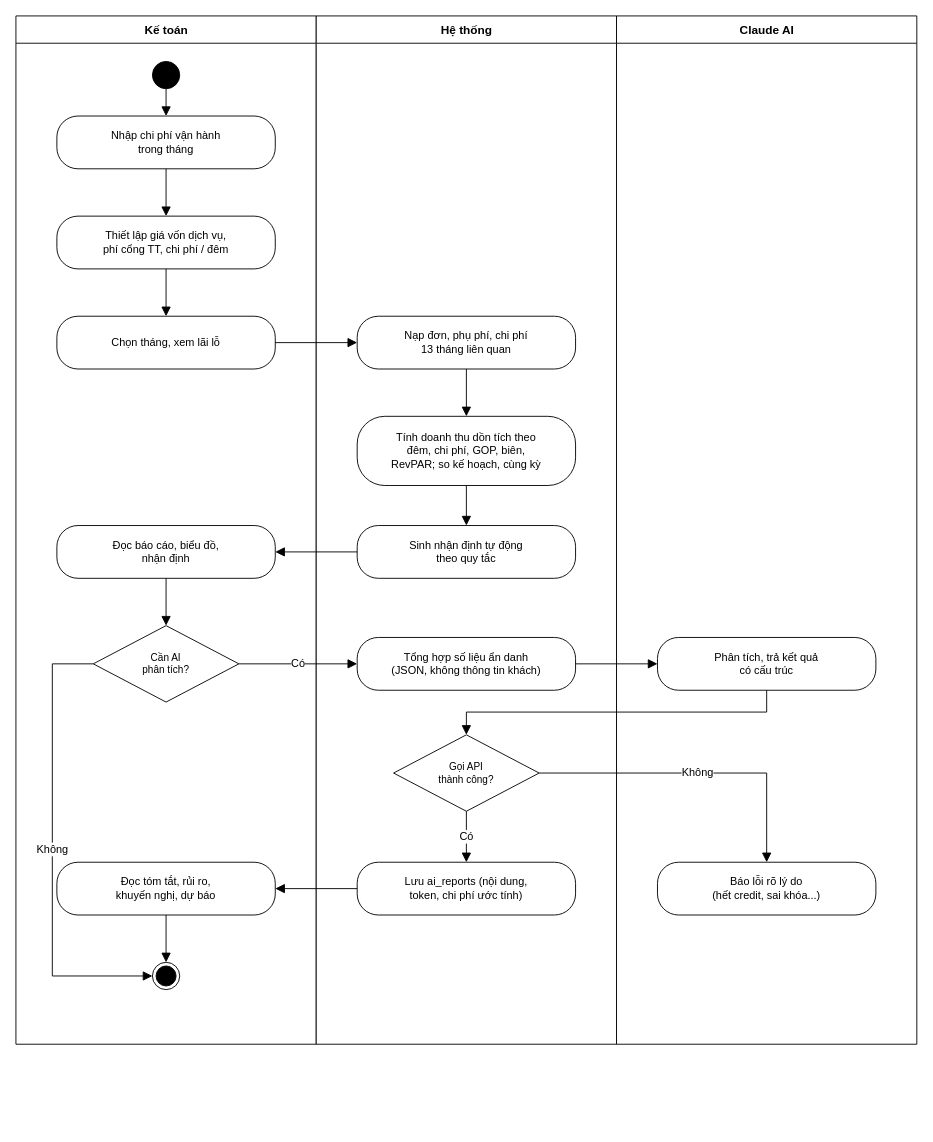
Before: docs/thiet-ke/hd-lai-lo-ai.drawio in ngynquchn2511/beach-hotel, a draw.io diagram. Source tidied: cells renumbered, new cells numbered last; positions are measured from the earlier drawing's top-left corner, leaving out a move shared by most shapes. Both pictures are drawn from the tidied source at 91%, with x=0, y=0 at pixel (15, 15).
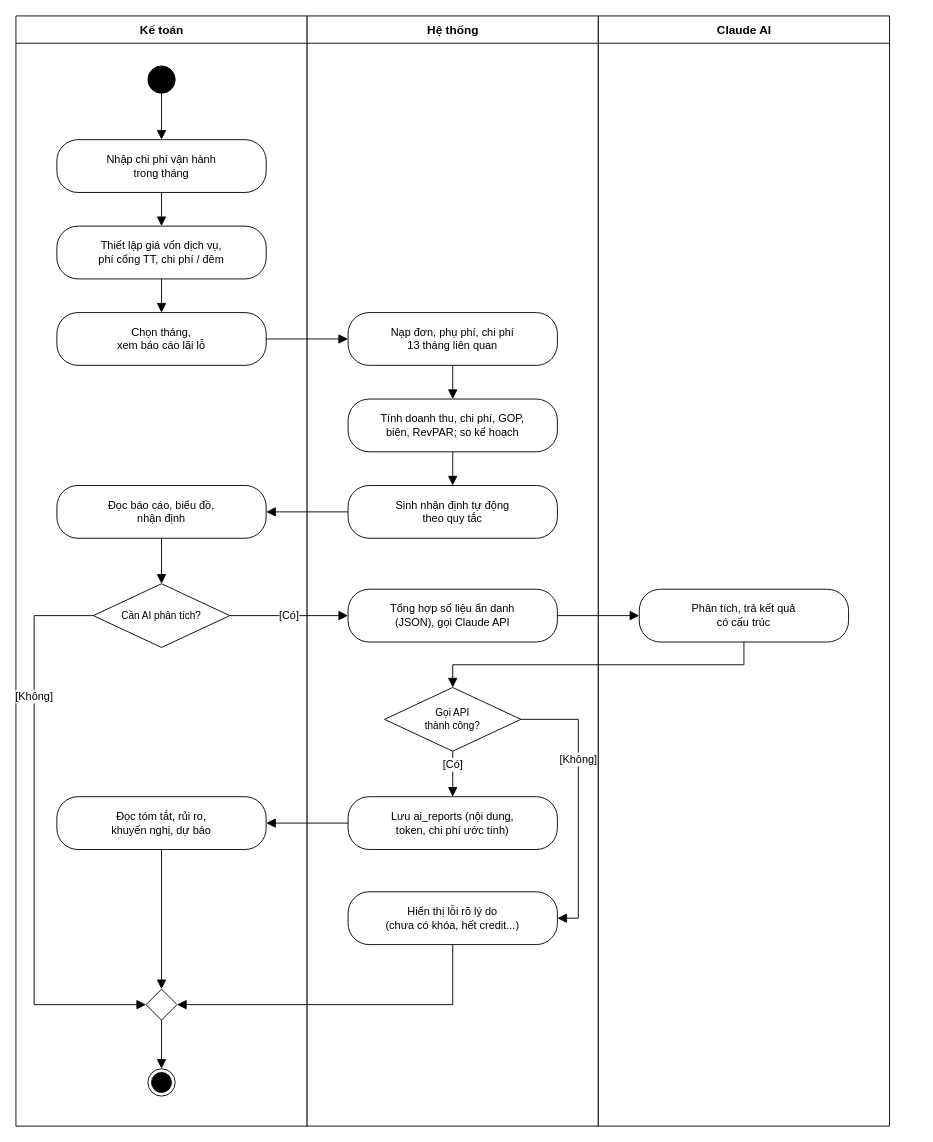
The same diagram, later.

Change to the diagram source:
```diff
@@
     <mxCell id="2" value="Kế toán" style="swimlane;horizontal=1;startSize=30;html=1;fillColor=#FFFFFF;strokeColor=#000000;fontSize=13;fontStyle=1;swimlaneFillColor=#FFFFFF;" parent="1" vertex="1">
-      <mxGeometry width="330" height="1130" as="geometry" />
+      <mxGeometry width="320" height="1220" as="geometry" />
     </mxCell>
     <mxCell id="3" value="Hệ thống" style="swimlane;horizontal=1;startSize=30;html=1;fillColor=#FFFFFF;strokeColor=#000000;fontSize=13;fontStyle=1;swimlaneFillColor=#FFFFFF;" parent="1" vertex="1">
-      <mxGeometry x="330" width="330" height="1130" as="geometry" />
+      <mxGeometry x="320" width="320" height="1220" as="geometry" />
     </mxCell>
     <mxCell id="4" value="Claude AI" style="swimlane;horizontal=1;startSize=30;html=1;fillColor=#FFFFFF;strokeColor=#000000;fontSize=13;fontStyle=1;swimlaneFillColor=#FFFFFF;" parent="1" vertex="1">
-      <mxGeometry x="660" width="330" height="1130" as="geometry" />
+      <mxGeometry x="640" width="320" height="1220" as="geometry" />
     </mxCell>
-    <mxCell id="5" style="ellipse;html=1;fillColor=#000000;strokeColor=#000000;" parent="1" vertex="1">
-      <mxGeometry x="150" y="50" width="30" height="30" as="geometry" />
-    </mxCell>
+    <mxCell id="37" style="ellipse;html=1;fillColor=#000000;strokeColor=#000000;" parent="1" vertex="1">
+      <mxGeometry x="145" y="55" width="30" height="30" as="geometry" />
+    </mxCell>
     <mxCell id="6" value="Nhập chi phí vận hành&lt;br&gt;trong tháng" style="rounded=1;whiteSpace=wrap;html=1;arcSize=40;fillColor=#FFFFFF;strokeColor=#000000;fontSize=12;" parent="1" vertex="1">
-      <mxGeometry x="45" y="110" width="240" height="58" as="geometry" />
+      <mxGeometry x="45" y="136" width="230" height="58" as="geometry" />
     </mxCell>
     <mxCell id="7" value="Thiết lập giá vốn dịch vụ,&lt;br&gt;phí cổng TT, chi phí / đêm" style="rounded=1;whiteSpace=wrap;html=1;arcSize=40;fillColor=#FFFFFF;strokeColor=#000000;fontSize=12;" parent="1" vertex="1">
-      <mxGeometry x="45" y="220" width="240" height="58" as="geometry" />
+      <mxGeometry x="45" y="231" width="230" height="58" as="geometry" />
     </mxCell>
-    <mxCell id="8" value="Chọn tháng, xem lãi lỗ" style="rounded=1;whiteSpace=wrap;html=1;arcSize=40;fillColor=#FFFFFF;strokeColor=#000000;fontSize=12;" parent="1" vertex="1">
-      <mxGeometry x="45" y="330" width="240" height="58" as="geometry" />
-    </mxCell>
+    <mxCell id="38" value="Chọn tháng,&lt;br&gt;xem báo cáo lãi lỗ" style="rounded=1;whiteSpace=wrap;html=1;arcSize=40;fillColor=#FFFFFF;strokeColor=#000000;fontSize=12;" parent="1" vertex="1">
+      <mxGeometry x="45" y="326" width="230" height="58" as="geometry" />
+    </mxCell>
     <mxCell id="9" value="Nạp đơn, phụ phí, chi phí&lt;br&gt;13 tháng liên quan" style="rounded=1;whiteSpace=wrap;html=1;arcSize=40;fillColor=#FFFFFF;strokeColor=#000000;fontSize=12;" parent="1" vertex="1">
-      <mxGeometry x="375" y="330" width="240" height="58" as="geometry" />
+      <mxGeometry x="365" y="326" width="230" height="58" as="geometry" />
     </mxCell>
-    <mxCell id="10" value="Tính doanh thu dồn tích theo&lt;br&gt;đêm, chi phí, GOP, biên,&lt;br&gt;RevPAR; so kế hoạch, cùng kỳ" style="rounded=1;whiteSpace=wrap;html=1;arcSize=40;fillColor=#FFFFFF;strokeColor=#000000;fontSize=12;" parent="1" vertex="1">
-      <mxGeometry x="375" y="440" width="240" height="76" as="geometry" />
-    </mxCell>
+    <mxCell id="39" value="Tính doanh thu, chi phí, GOP,&lt;br&gt;biên, RevPAR; so kế hoạch" style="rounded=1;whiteSpace=wrap;html=1;arcSize=40;fillColor=#FFFFFF;strokeColor=#000000;fontSize=12;" parent="1" vertex="1">
+      <mxGeometry x="365" y="421" width="230" height="58" as="geometry" />
+    </mxCell>
     <mxCell id="11" value="Sinh nhận định tự động&lt;br&gt;theo quy tắc" style="rounded=1;whiteSpace=wrap;html=1;arcSize=40;fillColor=#FFFFFF;strokeColor=#000000;fontSize=12;" parent="1" vertex="1">
-      <mxGeometry x="375" y="560" width="240" height="58" as="geometry" />
+      <mxGeometry x="365" y="516" width="230" height="58" as="geometry" />
     </mxCell>
     <mxCell id="12" value="Đọc báo cáo, biểu đồ,&lt;br&gt;nhận định" style="rounded=1;whiteSpace=wrap;html=1;arcSize=40;fillColor=#FFFFFF;strokeColor=#000000;fontSize=12;" parent="1" vertex="1">
-      <mxGeometry x="45" y="560" width="240" height="58" as="geometry" />
+      <mxGeometry x="45" y="516" width="230" height="58" as="geometry" />
     </mxCell>
-    <mxCell id="13" value="Cần AI&lt;br&gt;phân tích?" style="rhombus;whiteSpace=wrap;html=1;fillColor=#FFFFFF;strokeColor=#000000;fontSize=11;" parent="1" vertex="1">
-      <mxGeometry x="85" y="670" width="160" height="84" as="geometry" />
+    <mxCell id="13" value="Cần AI phân tích?" style="rhombus;whiteSpace=wrap;html=1;fillColor=#FFFFFF;strokeColor=#000000;fontSize=11;" parent="1" vertex="1">
+      <mxGeometry x="85" y="624" width="150" height="70" as="geometry" />
     </mxCell>
-    <mxCell id="14" value="Tổng hợp số liệu ẩn danh&lt;br&gt;(JSON, không thông tin khách)" style="rounded=1;whiteSpace=wrap;html=1;arcSize=40;fillColor=#FFFFFF;strokeColor=#000000;fontSize=12;" parent="1" vertex="1">
-      <mxGeometry x="375" y="683" width="240" height="58" as="geometry" />
-    </mxCell>
+    <mxCell id="40" value="Tổng hợp số liệu ẩn danh&lt;br&gt;(JSON), gọi Claude API" style="rounded=1;whiteSpace=wrap;html=1;arcSize=40;fillColor=#FFFFFF;strokeColor=#000000;fontSize=12;" parent="1" vertex="1">
+      <mxGeometry x="365" y="630" width="230" height="58" as="geometry" />
+    </mxCell>
     <mxCell id="15" value="Phân tích, trả kết quả&lt;br&gt;có cấu trúc" style="rounded=1;whiteSpace=wrap;html=1;arcSize=40;fillColor=#FFFFFF;strokeColor=#000000;fontSize=12;" parent="1" vertex="1">
-      <mxGeometry x="705" y="683" width="240" height="58" as="geometry" />
+      <mxGeometry x="685" y="630" width="230" height="58" as="geometry" />
     </mxCell>
     <mxCell id="16" value="Gọi API&lt;br&gt;thành công?" style="rhombus;whiteSpace=wrap;html=1;fillColor=#FFFFFF;strokeColor=#000000;fontSize=11;" parent="1" vertex="1">
-      <mxGeometry x="415" y="790" width="160" height="84" as="geometry" />
+      <mxGeometry x="405" y="738" width="150" height="70" as="geometry" />
     </mxCell>
     <mxCell id="17" value="Lưu ai_reports (nội dung,&lt;br&gt;token, chi phí ước tính)" style="rounded=1;whiteSpace=wrap;html=1;arcSize=40;fillColor=#FFFFFF;strokeColor=#000000;fontSize=12;" parent="1" vertex="1">
-      <mxGeometry x="375" y="930" width="240" height="58" as="geometry" />
+      <mxGeometry x="365" y="858" width="230" height="58" as="geometry" />
     </mxCell>
     <mxCell id="18" value="Đọc tóm tắt, rủi ro,&lt;br&gt;khuyến nghị, dự báo" style="rounded=1;whiteSpace=wrap;html=1;arcSize=40;fillColor=#FFFFFF;strokeColor=#000000;fontSize=12;" parent="1" vertex="1">
-      <mxGeometry x="45" y="930" width="240" height="58" as="geometry" />
+      <mxGeometry x="45" y="858" width="230" height="58" as="geometry" />
     </mxCell>
-    <mxCell id="19" value="Báo lỗi rõ lý do&lt;br&gt;(hết credit, sai khóa...)" style="rounded=1;whiteSpace=wrap;html=1;arcSize=40;fillColor=#FFFFFF;strokeColor=#000000;fontSize=12;" parent="1" vertex="1">
-      <mxGeometry x="705" y="930" width="240" height="58" as="geometry" />
-    </mxCell>
-    <mxCell id="20" style="ellipse;html=1;shape=endState;fillColor=#000000;strokeColor=#000000;" parent="1" vertex="1">
-      <mxGeometry x="150" y="1040" width="30" height="30" as="geometry" />
-    </mxCell>
-    <mxCell id="21" style="edgeStyle=orthogonalEdgeStyle;rounded=0;html=1;endArrow=block;endFill=1;endSize=8;strokeColor=#000000;fontSize=12;labelBackgroundColor=#FFFFFF;" parent="1" edge="1" source="5" target="6">
-      <mxGeometry relative="1" as="geometry" />
-    </mxCell>
+    <mxCell id="41" value="Hiển thị lỗi rõ lý do&lt;br&gt;(chưa có khóa, hết credit...)" style="rounded=1;whiteSpace=wrap;html=1;arcSize=40;fillColor=#FFFFFF;strokeColor=#000000;fontSize=12;" parent="1" vertex="1">
+      <mxGeometry x="365" y="962.5" width="230" height="58" as="geometry" />
+    </mxCell>
+    <mxCell id="42" style="rhombus;whiteSpace=wrap;html=1;fillColor=#FFFFFF;strokeColor=#000000;fontSize=11;" parent="1" vertex="1">
+      <mxGeometry x="143" y="1069.5" width="34" height="34" as="geometry" />
+    </mxCell>
+    <mxCell id="43" style="ellipse;html=1;shape=endState;fillColor=#000000;strokeColor=#000000;" parent="1" vertex="1">
+      <mxGeometry x="145" y="1157" width="30" height="30" as="geometry" />
+    </mxCell>
+    <mxCell id="44" style="edgeStyle=orthogonalEdgeStyle;rounded=0;html=1;endArrow=block;endFill=1;endSize=8;strokeColor=#000000;fontSize=12;labelBackgroundColor=#FFFFFF;exitX=0.5;exitY=1;exitDx=0;exitDy=0;entryX=0.5;entryY=0;entryDx=0;entryDy=0;" parent="1" edge="1" source="37" target="6">
+      <mxGeometry relative="1" as="geometry" />
+    </mxCell>
-    <mxCell id="22" style="edgeStyle=orthogonalEdgeStyle;rounded=0;html=1;endArrow=block;endFill=1;endSize=8;strokeColor=#000000;fontSize=12;labelBackgroundColor=#FFFFFF;" parent="1" edge="1" source="6" target="7">
+    <mxCell id="22" style="edgeStyle=orthogonalEdgeStyle;rounded=0;html=1;endArrow=block;endFill=1;endSize=8;strokeColor=#000000;fontSize=12;labelBackgroundColor=#FFFFFF;exitX=0.5;exitY=1;exitDx=0;exitDy=0;entryX=0.5;entryY=0;entryDx=0;entryDy=0;" parent="1" edge="1" source="6" target="7">
       <mxGeometry relative="1" as="geometry" />
     </mxCell>
-    <mxCell id="23" style="edgeStyle=orthogonalEdgeStyle;rounded=0;html=1;endArrow=block;endFill=1;endSize=8;strokeColor=#000000;fontSize=12;labelBackgroundColor=#FFFFFF;" parent="1" edge="1" source="7" target="8">
-      <mxGeometry relative="1" as="geometry" />
-    </mxCell>
-    <mxCell id="24" style="edgeStyle=orthogonalEdgeStyle;rounded=0;html=1;endArrow=block;endFill=1;endSize=8;strokeColor=#000000;fontSize=12;labelBackgroundColor=#FFFFFF;" parent="1" edge="1" source="9" target="10">
-      <mxGeometry relative="1" as="geometry" />
-    </mxCell>
-    <mxCell id="25" style="edgeStyle=orthogonalEdgeStyle;rounded=0;html=1;endArrow=block;endFill=1;endSize=8;strokeColor=#000000;fontSize=12;labelBackgroundColor=#FFFFFF;" parent="1" edge="1" source="10" target="11">
-      <mxGeometry relative="1" as="geometry" />
-    </mxCell>
+    <mxCell id="45" style="edgeStyle=orthogonalEdgeStyle;rounded=0;html=1;endArrow=block;endFill=1;endSize=8;strokeColor=#000000;fontSize=12;labelBackgroundColor=#FFFFFF;exitX=0.5;exitY=1;exitDx=0;exitDy=0;entryX=0.5;entryY=0;entryDx=0;entryDy=0;" parent="1" edge="1" source="7" target="38">
+      <mxGeometry relative="1" as="geometry" />
+    </mxCell>
+    <mxCell id="46" style="edgeStyle=orthogonalEdgeStyle;rounded=0;html=1;endArrow=block;endFill=1;endSize=8;strokeColor=#000000;fontSize=12;labelBackgroundColor=#FFFFFF;exitX=1;exitY=0.5;exitDx=0;exitDy=0;entryX=0;entryY=0.5;entryDx=0;entryDy=0;" parent="1" edge="1" source="38" target="9">
+      <mxGeometry relative="1" as="geometry" />
+    </mxCell>
+    <mxCell id="47" style="edgeStyle=orthogonalEdgeStyle;rounded=0;html=1;endArrow=block;endFill=1;endSize=8;strokeColor=#000000;fontSize=12;labelBackgroundColor=#FFFFFF;exitX=0.5;exitY=1;exitDx=0;exitDy=0;entryX=0.5;entryY=0;entryDx=0;entryDy=0;" parent="1" edge="1" source="9" target="39">
+      <mxGeometry relative="1" as="geometry" />
+    </mxCell>
+    <mxCell id="48" style="edgeStyle=orthogonalEdgeStyle;rounded=0;html=1;endArrow=block;endFill=1;endSize=8;strokeColor=#000000;fontSize=12;labelBackgroundColor=#FFFFFF;exitX=0.5;exitY=1;exitDx=0;exitDy=0;entryX=0.5;entryY=0;entryDx=0;entryDy=0;" parent="1" edge="1" source="39" target="11">
+      <mxGeometry relative="1" as="geometry" />
+    </mxCell>
+    <mxCell id="29" style="edgeStyle=orthogonalEdgeStyle;rounded=0;html=1;endArrow=block;endFill=1;endSize=8;strokeColor=#000000;fontSize=12;labelBackgroundColor=#FFFFFF;exitX=0;exitY=0.5;exitDx=0;exitDy=0;entryX=1;entryY=0.5;entryDx=0;entryDy=0;" parent="1" edge="1" source="11" target="12">
+      <mxGeometry relative="1" as="geometry" />
+    </mxCell>
-    <mxCell id="26" style="edgeStyle=orthogonalEdgeStyle;rounded=0;html=1;endArrow=block;endFill=1;endSize=8;strokeColor=#000000;fontSize=12;labelBackgroundColor=#FFFFFF;" parent="1" edge="1" source="12" target="13">
+    <mxCell id="26" style="edgeStyle=orthogonalEdgeStyle;rounded=0;html=1;endArrow=block;endFill=1;endSize=8;strokeColor=#000000;fontSize=12;labelBackgroundColor=#FFFFFF;exitX=0.5;exitY=1;exitDx=0;exitDy=0;entryX=0.5;entryY=0;entryDx=0;entryDy=0;" parent="1" edge="1" source="12" target="13">
       <mxGeometry relative="1" as="geometry" />
     </mxCell>
-    <mxCell id="27" style="edgeStyle=orthogonalEdgeStyle;rounded=0;html=1;endArrow=block;endFill=1;endSize=8;strokeColor=#000000;fontSize=12;labelBackgroundColor=#FFFFFF;" parent="1" edge="1" source="18" target="20">
-      <mxGeometry relative="1" as="geometry" />
-    </mxCell>
-    <mxCell id="28" style="edgeStyle=orthogonalEdgeStyle;rounded=0;html=1;endArrow=block;endFill=1;endSize=8;strokeColor=#000000;fontSize=12;labelBackgroundColor=#FFFFFF;exitX=1;exitY=0.5;exitDx=0;exitDy=0;entryX=0;entryY=0.5;entryDx=0;entryDy=0;" parent="1" edge="1" source="8" target="9">
-      <mxGeometry relative="1" as="geometry" />
-    </mxCell>
-    <mxCell id="29" style="edgeStyle=orthogonalEdgeStyle;rounded=0;html=1;endArrow=block;endFill=1;endSize=8;strokeColor=#000000;fontSize=12;labelBackgroundColor=#FFFFFF;exitX=0;exitY=0.5;exitDx=0;exitDy=0;entryX=1;entryY=0.5;entryDx=0;entryDy=0;" parent="1" edge="1" source="11" target="12">
-      <mxGeometry relative="1" as="geometry" />
-    </mxCell>
-    <mxCell id="30" value="Không" style="edgeStyle=orthogonalEdgeStyle;rounded=0;html=1;endArrow=block;endFill=1;endSize=8;strokeColor=#000000;fontSize=12;labelBackgroundColor=#FFFFFF;exitX=0;exitY=0.5;exitDx=0;exitDy=0;entryX=0;entryY=0.5;entryDx=0;entryDy=0;" parent="1" edge="1" source="13" target="20">
-      <mxGeometry relative="1" as="geometry">
-        <Array as="points">
-          <mxPoint x="40" y="712" />
-          <mxPoint x="40" y="1055" />
-        </Array>
-      </mxGeometry>
-    </mxCell>
-    <mxCell id="31" value="Có" style="edgeStyle=orthogonalEdgeStyle;rounded=0;html=1;endArrow=block;endFill=1;endSize=8;strokeColor=#000000;fontSize=12;labelBackgroundColor=#FFFFFF;" parent="1" edge="1" source="13" target="14">
-      <mxGeometry relative="1" as="geometry" />
-    </mxCell>
-    <mxCell id="32" style="edgeStyle=orthogonalEdgeStyle;rounded=0;html=1;endArrow=block;endFill=1;endSize=8;strokeColor=#000000;fontSize=12;labelBackgroundColor=#FFFFFF;" parent="1" edge="1" source="14" target="15">
-      <mxGeometry relative="1" as="geometry" />
-    </mxCell>
+    <mxCell id="49" value="[Có]" style="edgeStyle=orthogonalEdgeStyle;rounded=0;html=1;endArrow=block;endFill=1;endSize=8;strokeColor=#000000;fontSize=12;labelBackgroundColor=#FFFFFF;exitX=1;exitY=0.5;exitDx=0;exitDy=0;entryX=0;entryY=0.5;entryDx=0;entryDy=0;" parent="1" edge="1" source="13" target="40">
+      <mxGeometry relative="1" as="geometry" />
+    </mxCell>
+    <mxCell id="50" style="edgeStyle=orthogonalEdgeStyle;rounded=0;html=1;endArrow=block;endFill=1;endSize=8;strokeColor=#000000;fontSize=12;labelBackgroundColor=#FFFFFF;exitX=1;exitY=0.5;exitDx=0;exitDy=0;entryX=0;entryY=0.5;entryDx=0;entryDy=0;" parent="1" edge="1" source="40" target="15">
+      <mxGeometry relative="1" as="geometry" />
+    </mxCell>
     <mxCell id="33" style="edgeStyle=orthogonalEdgeStyle;rounded=0;html=1;endArrow=block;endFill=1;endSize=8;strokeColor=#000000;fontSize=12;labelBackgroundColor=#FFFFFF;exitX=0.5;exitY=1;exitDx=0;exitDy=0;entryX=0.5;entryY=0;entryDx=0;entryDy=0;" parent="1" edge="1" source="15" target="16">
       <mxGeometry relative="1" as="geometry">
         <Array as="points">
-          <mxPoint x="825" y="765" />
-          <mxPoint x="495" y="765" />
+          <mxPoint x="800" y="713" />
+          <mxPoint x="480" y="713" />
         </Array>
       </mxGeometry>
     </mxCell>
-    <mxCell id="34" value="Có" style="edgeStyle=orthogonalEdgeStyle;rounded=0;html=1;endArrow=block;endFill=1;endSize=8;strokeColor=#000000;fontSize=12;labelBackgroundColor=#FFFFFF;" parent="1" edge="1" source="16" target="17">
-      <mxGeometry relative="1" as="geometry" />
+    <mxCell id="34" value="[Có]" style="edgeStyle=orthogonalEdgeStyle;rounded=0;html=1;endArrow=block;endFill=1;endSize=8;strokeColor=#000000;fontSize=12;labelBackgroundColor=#FFFFFF;exitX=0.5;exitY=1;exitDx=0;exitDy=0;entryX=0.5;entryY=0;entryDx=0;entryDy=0;" parent="1" edge="1" source="16" target="17">
+      <mxGeometry x="-0.4" relative="1" as="geometry" />
     </mxCell>
-    <mxCell id="35" value="Không" style="edgeStyle=orthogonalEdgeStyle;rounded=0;html=1;endArrow=block;endFill=1;endSize=8;strokeColor=#000000;fontSize=12;labelBackgroundColor=#FFFFFF;exitX=1;exitY=0.5;exitDx=0;exitDy=0;entryX=0.5;entryY=0;entryDx=0;entryDy=0;" parent="1" edge="1" source="16" target="19">
-      <mxGeometry relative="1" as="geometry" />
-    </mxCell>
-    <mxCell id="36" style="edgeStyle=orthogonalEdgeStyle;rounded=0;html=1;endArrow=block;endFill=1;endSize=8;strokeColor=#000000;fontSize=12;labelBackgroundColor=#FFFFFF;" parent="1" edge="1" source="17" target="18">
+    <mxCell id="36" style="edgeStyle=orthogonalEdgeStyle;rounded=0;html=1;endArrow=block;endFill=1;endSize=8;strokeColor=#000000;fontSize=12;labelBackgroundColor=#FFFFFF;exitX=0;exitY=0.5;exitDx=0;exitDy=0;entryX=1;entryY=0.5;entryDx=0;entryDy=0;" parent="1" edge="1" source="17" target="18">
       <mxGeometry relative="1" as="geometry" />
     </mxCell>
+    <mxCell id="51" value="[Không]" style="edgeStyle=orthogonalEdgeStyle;rounded=0;html=1;endArrow=block;endFill=1;endSize=8;strokeColor=#000000;fontSize=12;labelBackgroundColor=#FFFFFF;exitX=1;exitY=0.5;exitDx=0;exitDy=0;entryX=1;entryY=0.5;entryDx=0;entryDy=0;" parent="1" edge="1" source="16" target="41">
+      <mxGeometry x="-0.3" relative="1" as="geometry">
+        <Array as="points">
+          <mxPoint x="618" y="773" />
+          <mxPoint x="618" y="991.5" />
+        </Array>
+      </mxGeometry>
+    </mxCell>
+    <mxCell id="52" style="edgeStyle=orthogonalEdgeStyle;rounded=0;html=1;endArrow=block;endFill=1;endSize=8;strokeColor=#000000;fontSize=12;labelBackgroundColor=#FFFFFF;exitX=0.5;exitY=1;exitDx=0;exitDy=0;entryX=0.5;entryY=0;entryDx=0;entryDy=0;" parent="1" edge="1" source="18" target="42">
+      <mxGeometry relative="1" as="geometry" />
+    </mxCell>
+    <mxCell id="53" style="edgeStyle=orthogonalEdgeStyle;rounded=0;html=1;endArrow=block;endFill=1;endSize=8;strokeColor=#000000;fontSize=12;labelBackgroundColor=#FFFFFF;exitX=0.5;exitY=1;exitDx=0;exitDy=0;entryX=1;entryY=0.5;entryDx=0;entryDy=0;" parent="1" edge="1" source="41" target="42">
+      <mxGeometry relative="1" as="geometry">
+        <Array as="points">
+          <mxPoint x="480" y="1086.5" />
+        </Array>
+      </mxGeometry>
+    </mxCell>
+    <mxCell id="54" value="[Không]" style="edgeStyle=orthogonalEdgeStyle;rounded=0;html=1;endArrow=block;endFill=1;endSize=8;strokeColor=#000000;fontSize=12;labelBackgroundColor=#FFFFFF;exitX=0;exitY=0.5;exitDx=0;exitDy=0;entryX=0;entryY=0.5;entryDx=0;entryDy=0;" parent="1" edge="1" source="13" target="42">
+      <mxGeometry x="-0.5" relative="1" as="geometry">
+        <Array as="points">
+          <mxPoint x="20" y="659" />
+          <mxPoint x="20" y="1086.5" />
+        </Array>
+      </mxGeometry>
+    </mxCell>
+    <mxCell id="55" style="edgeStyle=orthogonalEdgeStyle;rounded=0;html=1;endArrow=block;endFill=1;endSize=8;strokeColor=#000000;fontSize=12;labelBackgroundColor=#FFFFFF;exitX=0.5;exitY=1;exitDx=0;exitDy=0;entryX=0.5;entryY=0;entryDx=0;entryDy=0;" parent="1" edge="1" source="42" target="43">
+      <mxGeometry relative="1" as="geometry" />
+    </mxCell>
```
